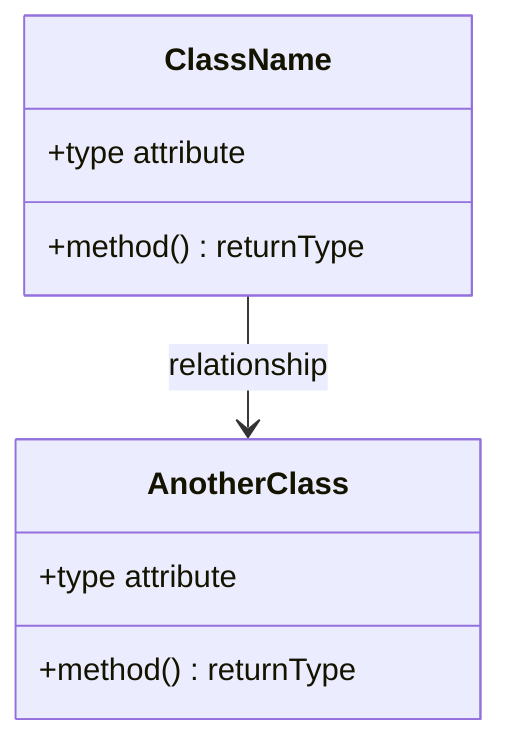
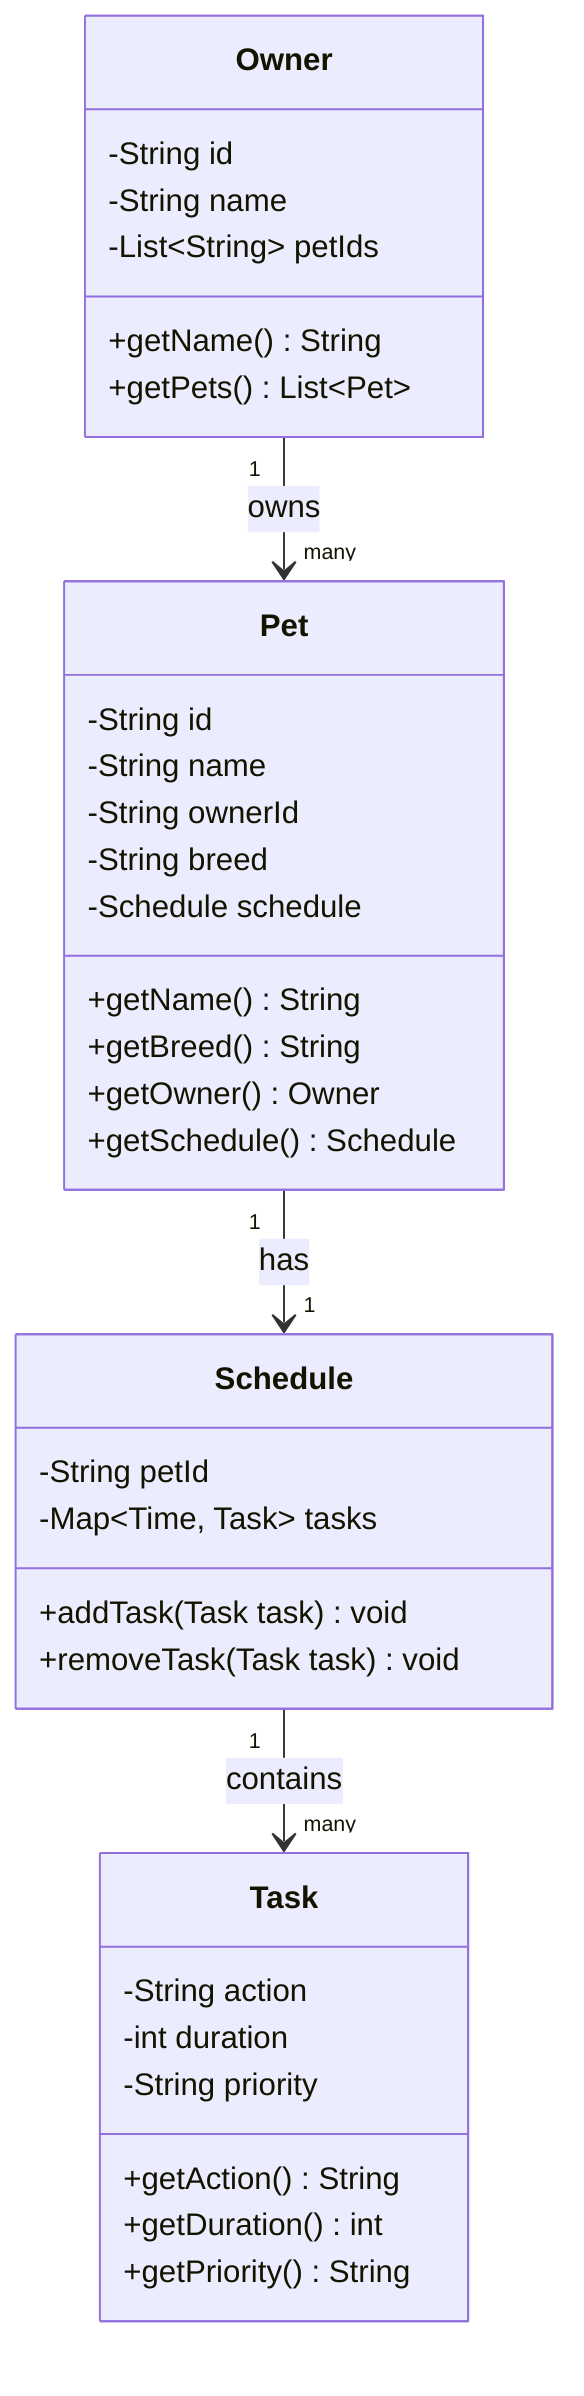
classDiagram
-     %% Replace the placeholders below with your actual classes, attributes, methods, and relationships.
-     %% Keep this file updated so it matches your final implementation.
- 
-     class ClassName {
-         +type attribute
-         +method() returnType
+     class Owner {
+         -String id
+         -String name
+         -List~String~ petIds
+         +getName() String
+         +getPets() List~Pet~
    }

-     class AnotherClass {
-         +type attribute
-         +method() returnType
+     class Pet {
+         -String id
+         -String name
+         -String ownerId
+         -String breed
+         -Schedule schedule
+         +getName() String
+         +getBreed() String
+         +getOwner() Owner
+         +getSchedule() Schedule
    }

-     ClassName --> AnotherClass : relationship
+     class Task {
+         -String action
+         -int duration
+         -String priority
+         +getAction() String
+         +getDuration() int
+         +getPriority() String
+     }
+ 
+     class Schedule {
+         -String petId
+         -Map~Time, Task~ tasks
+         +addTask(Task task) void
+         +removeTask(Task task) void
+     }
+ 
+     Owner "1" --> "many" Pet : owns
+     Pet "1" --> "1" Schedule : has
+     Schedule "1" --> "many" Task : contains
